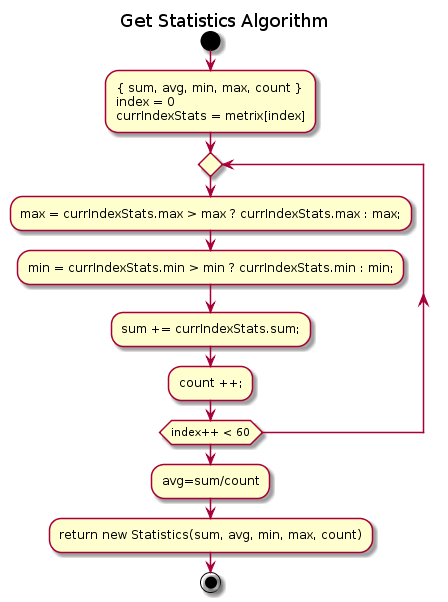
Earlier version of the PlantUML export images/getstatistics.png (maria-farooq/MyBank).
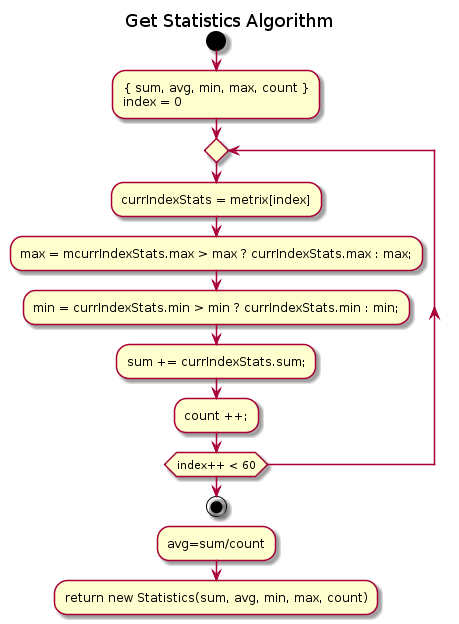
The same diagram one commit later.

The edit, as a diff of the source:
```diff
@@ -2,17 +2,17 @@
 title Get Statistics Algorithm
 
 start
-:{ sum, avg, min, max, count }\nindex = 0\ncurrIndexStats = metrix[index];
+:{ sum, avg, min, max, count }\nindex = 0;
 
 repeat
-    :max = currIndexStats.max > max ? currIndexStats.max : max;;
+    :currIndexStats = metrix[index];
+    :max = mcurrIndexStats.max > max ? currIndexStats.max : max;;
     :min = currIndexStats.min > min ? currIndexStats.min : min;;
-  :sum += currIndexStats.sum;;
-  :count ++;;
+    :sum += currIndexStats.sum;;
+    :count ++;;
 repeat while (index++ < 60)
 
+stop
 :avg=sum/count;
 :return new Statistics(sum, avg, min, max, count);
-
-stop
 @enduml
```
